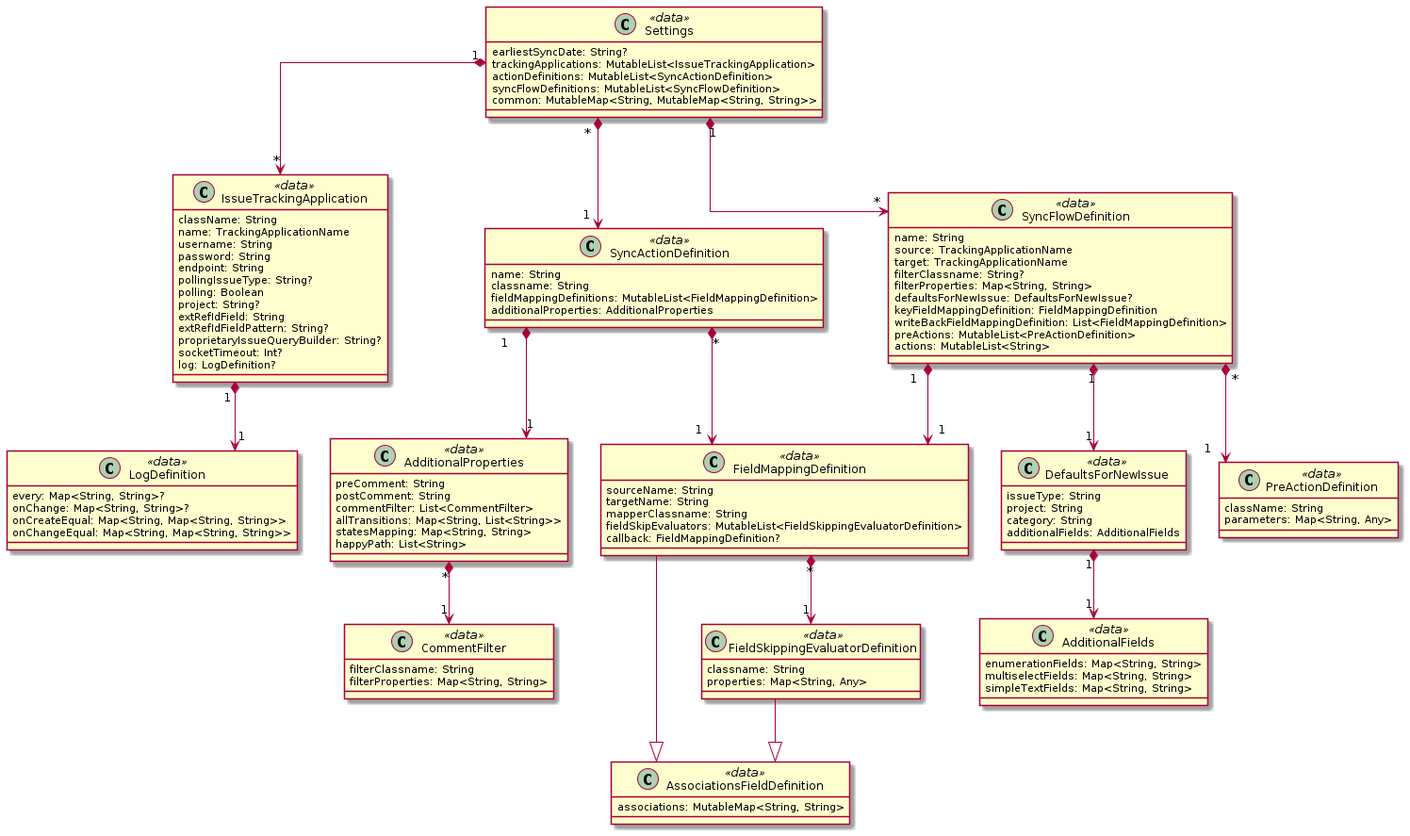
Earlier version of the PlantUML export level2-settings.png (software-atelier/issue-tracking-sync). Its diagram source:
```plantuml
@startuml
skinparam linetype ortho

class AdditionalFields <<data>> {
    enumerationFields: Map<String, String>
    multiselectFields: Map<String, String>
    simpleTextFields: Map<String, String>
}

class AdditionalProperties <<data>> {
    preComment: String
    postComment: String
    commentFilter: List<CommentFilter>
    allTransitions: Map<String, List<String>>
    statesMapping: Map<String, String>
    happyPath: List<String>
}

class AssociationsFieldDefinition <<data>> {
    associations: MutableMap<String, String>
}

class CommentFilter <<data>> {
    filterClassname: String
    filterProperties: Map<String, String>
}

class DefaultsForNewIssue <<data>> {
    issueType: String
    project: String
    category: String
    additionalFields: AdditionalFields
}

class FieldMappingDefinition <<data>> {
    sourceName: String
    targetName: String
    mapperClassname: String
    fieldSkipEvaluators: MutableList<FieldSkippingEvaluatorDefinition>
    callback: FieldMappingDefinition?
}

class FieldSkippingEvaluatorDefinition <<data>> {
    classname: String
    properties: Map<String, Any>
}

class IssueTrackingApplication <<data>> {
    className: String
    name: TrackingApplicationName
    username: String
    password: String
    endpoint: String
    pollingIssueType: String?
    polling: Boolean
    project: String?
    extRefIdField: String
    extRefIdFieldPattern: String?
    proprietaryIssueQueryBuilder: String?
    socketTimeout: Int?
    log: LogDefinition?
}

class LogDefinition <<data>> {
    every: Map<String, String>?
    onChange: Map<String, String>?
    onCreateEqual: Map<String, Map<String, String>>
    onChangeEqual: Map<String, Map<String, String>>
}
class PreActionDefinition <<data>> {
    className: String
    parameters: Map<String, Any>
}

class Settings <<data>> {
    earliestSyncDate: String?
    trackingApplications: MutableList<IssueTrackingApplication>
    actionDefinitions: MutableList<SyncActionDefinition>
    syncFlowDefinitions: MutableList<SyncFlowDefinition>
    common: MutableMap<String, MutableMap<String, String>>
}

class SyncActionDefinition <<data>> {
    name: String
    classname: String
    fieldMappingDefinitions: MutableList<FieldMappingDefinition>
    additionalProperties: AdditionalProperties
}
class SyncFlowDefinition <<data>> {
    name: String
    source: TrackingApplicationName
    target: TrackingApplicationName
    filterClassname: String?
    filterProperties: Map<String, String>
    defaultsForNewIssue: DefaultsForNewIssue?
    keyFieldMappingDefinition: FieldMappingDefinition
    writeBackFieldMappingDefinition: List<FieldMappingDefinition>
    preActions: MutableList<PreActionDefinition>
    actions: MutableList<String>
}

AdditionalProperties "1" *--> "*" CommentFilter
DefaultsForNewIssue "1" *--> "1" AdditionalFields
FieldMappingDefinition "1" *--> "*" FieldSkippingEvaluatorDefinition
FieldMappingDefinition --|> AssociationsFieldDefinition
FieldSkippingEvaluatorDefinition --|> AssociationsFieldDefinition
IssueTrackingApplication "1" *--> "1" LogDefinition
Settings "1" *--> "*" SyncActionDefinition
Settings "1" *--> "*" SyncFlowDefinition
Settings "1" *--> "*" IssueTrackingApplication
SyncActionDefinition "1" *--> "1" AdditionalProperties
SyncActionDefinition "1" *--> "*" FieldMappingDefinition
SyncFlowDefinition "1" *--> "1" FieldMappingDefinition
SyncFlowDefinition "1" *--> "1" DefaultsForNewIssue
SyncFlowDefinition "1" *--> "*" PreActionDefinition


@enduml
```
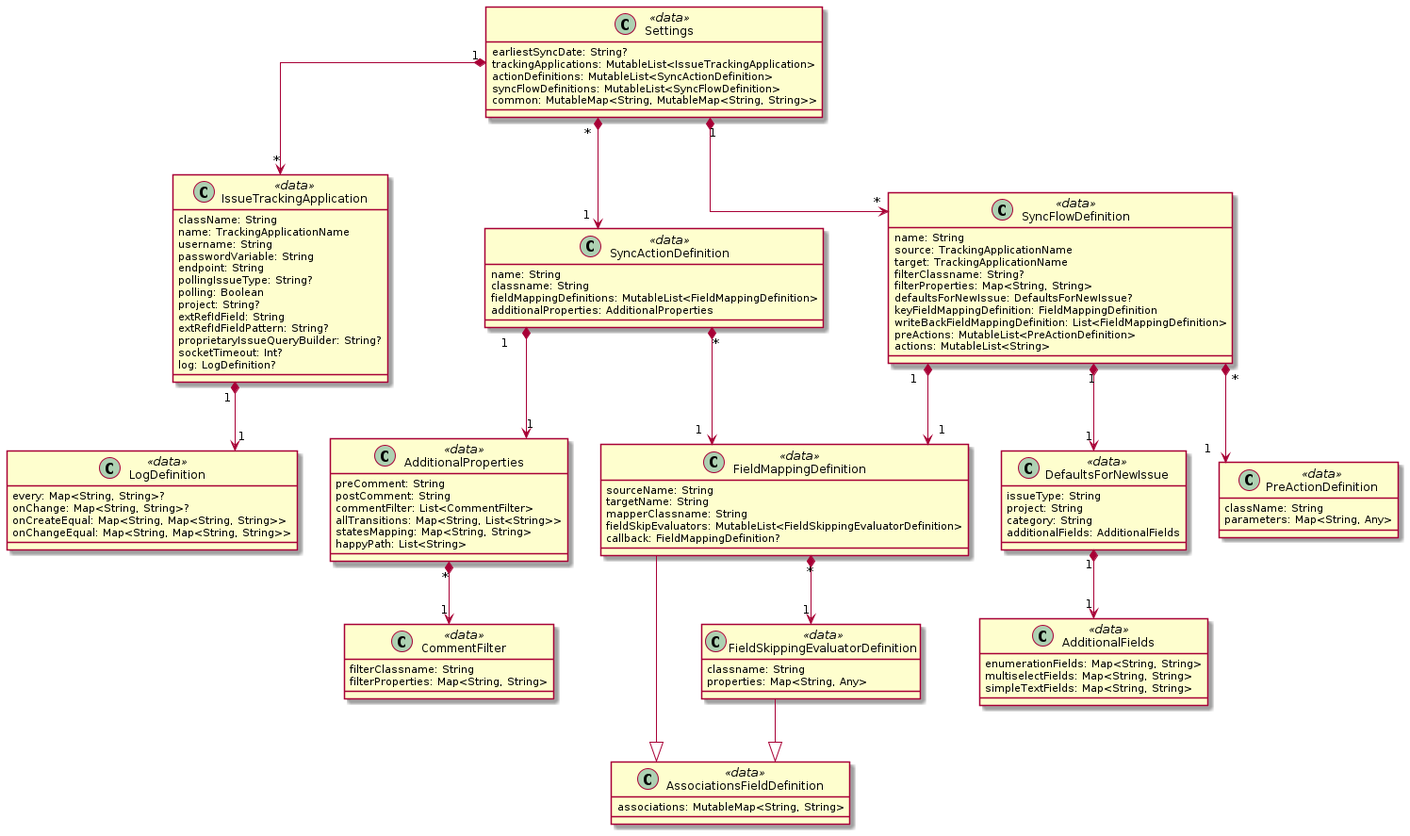
The same diagram one commit later.

What changed in the source:
```diff
@@ -49,7 +49,7 @@
     className: String
     name: TrackingApplicationName
     username: String
-    password: String
+    passwordVariable: String
     endpoint: String
     pollingIssueType: String?
     polling: Boolean
```
